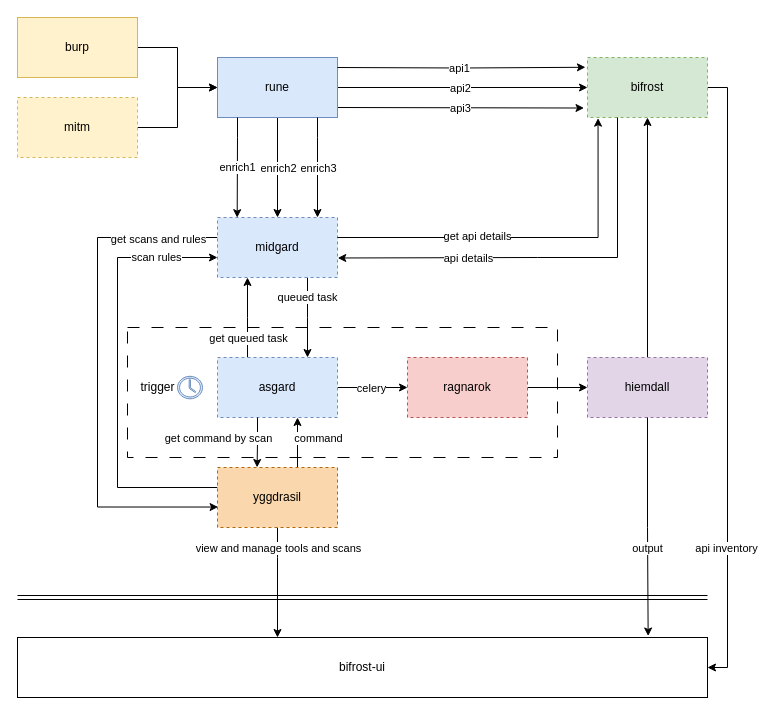
The draw.io diagram page "arch" (2 of 10) of scanning_engine.drawio in abhijitacharya793/bolt, before the edit. Source tidied: cells renumbered, new cells numbered last; positions are measured from the earlier drawing's top-left corner, leaving out a move shared by most shapes. Both pictures are drawn from the tidied source at 100%, with x=0, y=0 at pixel (17, 17).
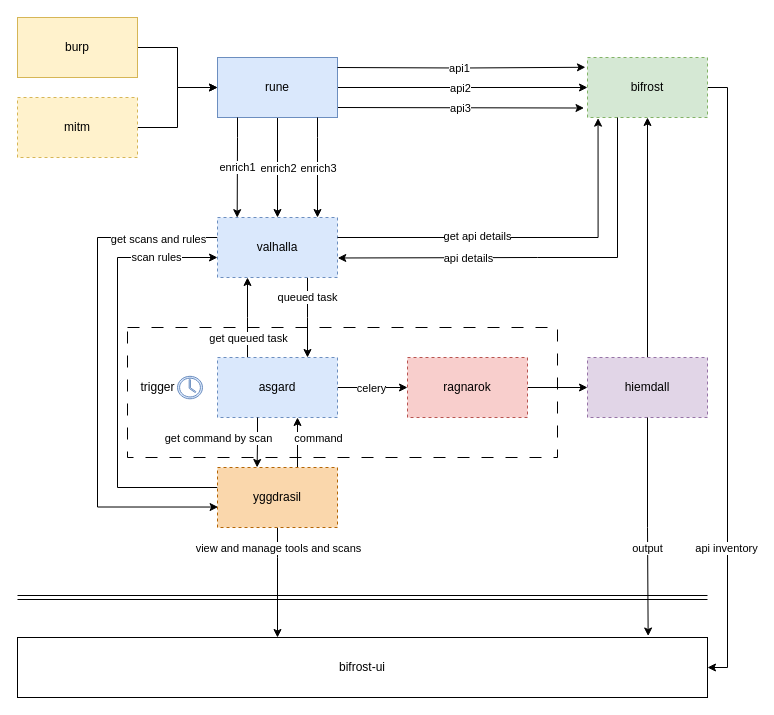
The same page after the edit.

Diff of the diagram source:
```diff
@@
-    <mxCell id="23" value="midgard" style="rounded=0;whiteSpace=wrap;html=1;fillColor=#dae8fc;strokeColor=#6c8ebf;dashed=1;" parent="1" vertex="1">
+    <mxCell id="23" value="valhalla" style="rounded=0;whiteSpace=wrap;html=1;fillColor=#dae8fc;strokeColor=#6c8ebf;dashed=1;" parent="1" vertex="1">
       <mxGeometry x="200" y="200" width="120" height="60" as="geometry" />
     </mxCell>
```
